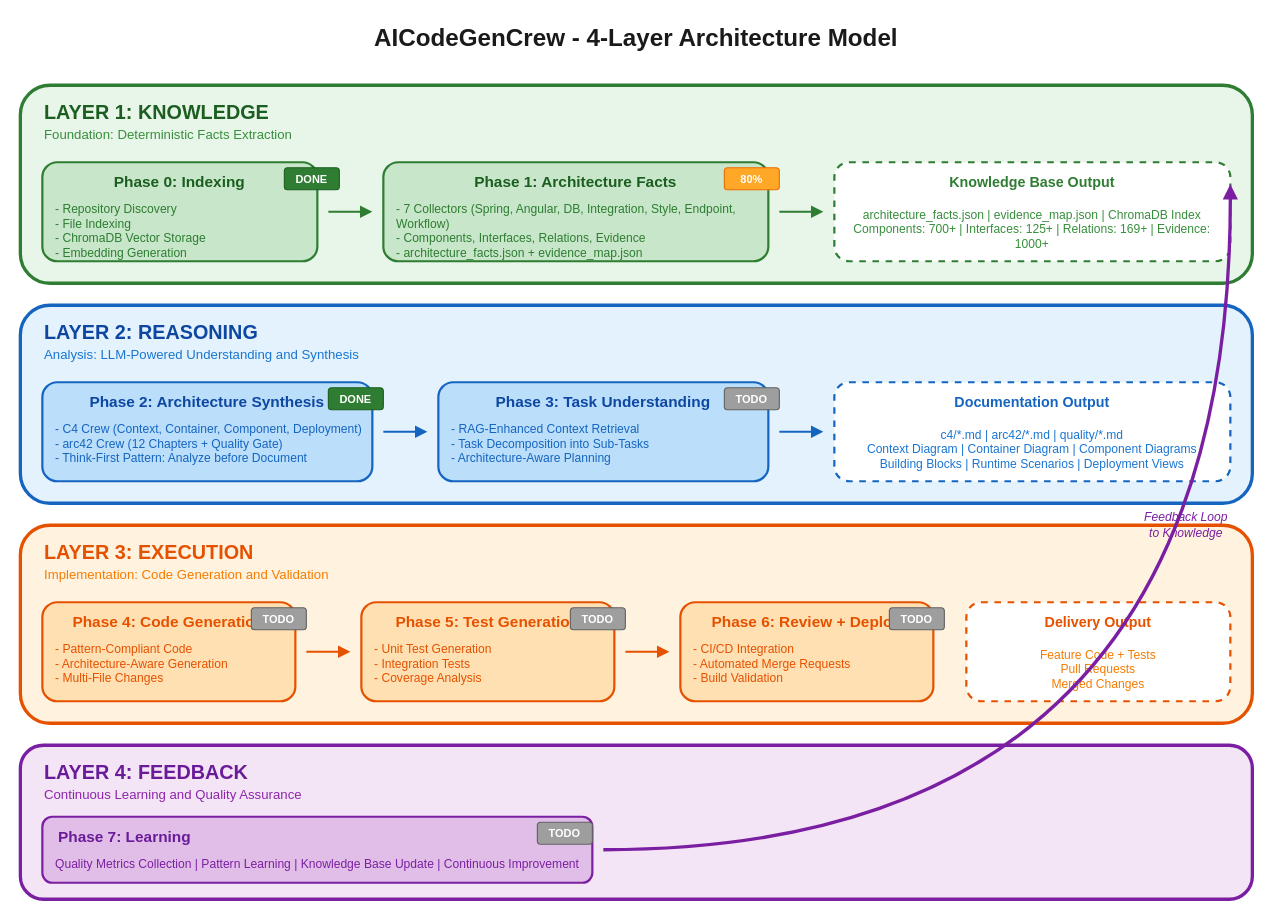
Earlier version of the draw.io diagram docs/diagrams/layer-architecture.drawio (aymenmastouri/aicodegencrew). Source tidied: cells renumbered, new cells numbered last; positions are measured from the earlier drawing's top-left corner, leaving out a move shared by most shapes. Both pictures are drawn from the tidied source at 110%, with x=0, y=0 at pixel (20, 19).
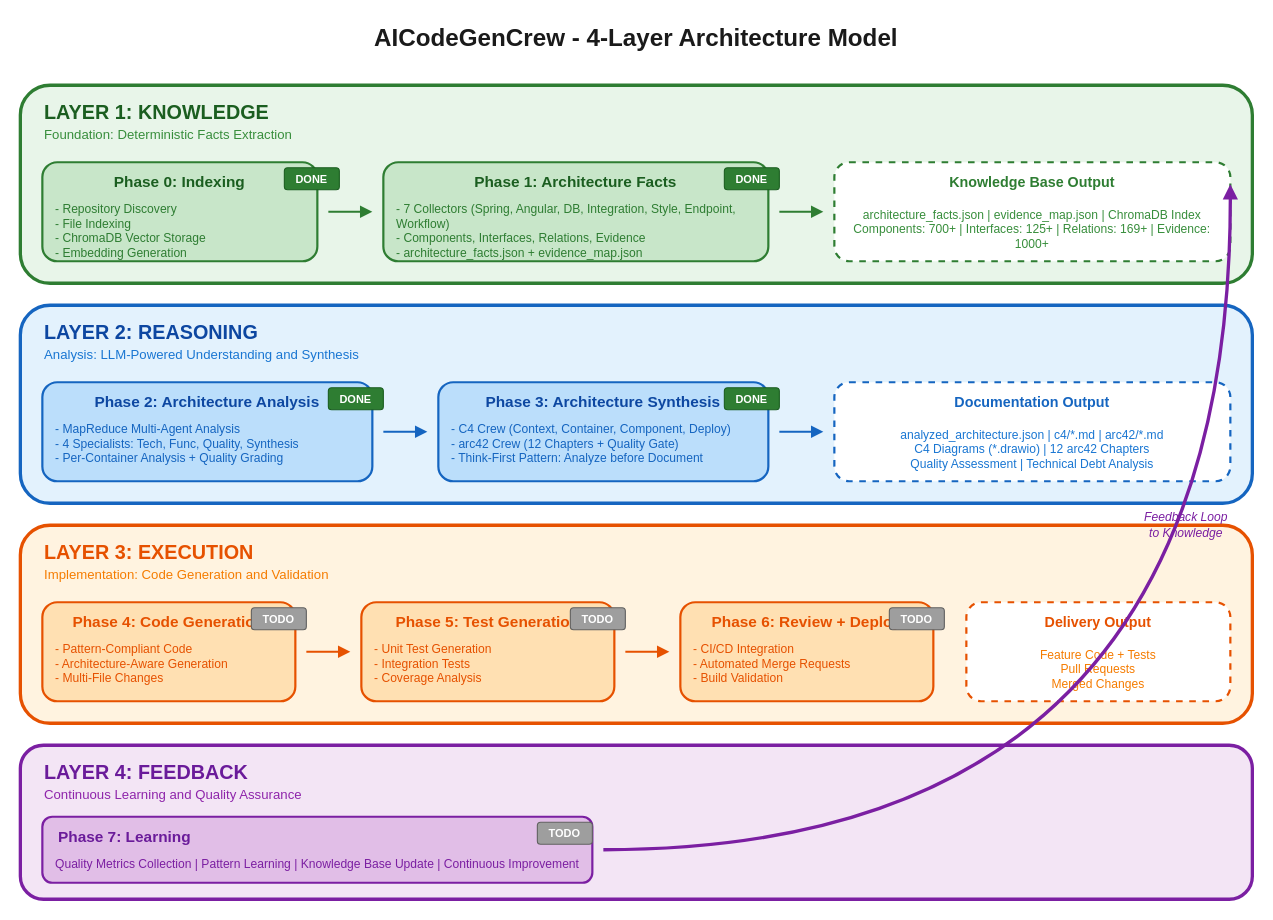
After the change.

What changed in the source:
```diff
@@
-    <mxCell id="21" value="Phase 2: Architecture Synthesis" style="text;html=1;strokeColor=none;fillColor=none;align=center;verticalAlign=middle;whiteSpace=wrap;rounded=0;fontSize=14;fontStyle=1;fontColor=#0D47A1;" parent="1" vertex="1">
+    <mxCell id="21" value="Phase 2: Architecture Analysis" style="text;html=1;strokeColor=none;fillColor=none;align=center;verticalAlign=middle;whiteSpace=wrap;rounded=0;fontSize=14;fontStyle=1;fontColor=#0D47A1;" parent="1" vertex="1">
       <mxGeometry x="20" y="335" width="300" height="25" as="geometry" />
     </mxCell>
-    <mxCell id="22" value="- C4 Crew (Context, Container, Component, Deployment)&#10;- arc42 Crew (12 Chapters + Quality Gate)&#10;- Think-First Pattern: Analyze before Document" style="text;html=1;strokeColor=none;fillColor=none;align=left;verticalAlign=top;whiteSpace=wrap;rounded=0;fontSize=11;fontColor=#1565C0;spacingLeft=10;" parent="1" vertex="1">
+    <mxCell id="22" value="- MapReduce Multi-Agent Analysis&#10;- 4 Specialists: Tech, Func, Quality, Synthesis&#10;- Per-Container Analysis + Quality Grading" style="text;html=1;strokeColor=none;fillColor=none;align=left;verticalAlign=top;whiteSpace=wrap;rounded=0;fontSize=11;fontColor=#1565C0;spacingLeft=10;" parent="1" vertex="1">
       <mxGeometry x="20" y="360" width="300" height="60" as="geometry" />
     </mxCell>
@@
-    <mxCell id="25" value="Phase 3: Task Understanding" style="text;html=1;strokeColor=none;fillColor=none;align=center;verticalAlign=middle;whiteSpace=wrap;rounded=0;fontSize=14;fontStyle=1;fontColor=#0D47A1;" parent="1" vertex="1">
+    <mxCell id="25" value="Phase 3: Architecture Synthesis" style="text;html=1;strokeColor=none;fillColor=none;align=center;verticalAlign=middle;whiteSpace=wrap;rounded=0;fontSize=14;fontStyle=1;fontColor=#0D47A1;" parent="1" vertex="1">
       <mxGeometry x="380" y="335" width="300" height="25" as="geometry" />
     </mxCell>
-    <mxCell id="26" value="- RAG-Enhanced Context Retrieval&#10;- Task Decomposition into Sub-Tasks&#10;- Architecture-Aware Planning" style="text;html=1;strokeColor=none;fillColor=none;align=left;verticalAlign=top;whiteSpace=wrap;rounded=0;fontSize=11;fontColor=#1565C0;spacingLeft=10;" parent="1" vertex="1">
+    <mxCell id="26" value="- C4 Crew (Context, Container, Component, Deploy)&#10;- arc42 Crew (12 Chapters + Quality Gate)&#10;- Think-First Pattern: Analyze before Document" style="text;html=1;strokeColor=none;fillColor=none;align=left;verticalAlign=top;whiteSpace=wrap;rounded=0;fontSize=11;fontColor=#1565C0;spacingLeft=10;" parent="1" vertex="1">
       <mxGeometry x="380" y="360" width="300" height="60" as="geometry" />
     </mxCell>
@@
-    <mxCell id="30" value="c4/*.md | arc42/*.md | quality/*.md&#10;Context Diagram | Container Diagram | Component Diagrams&#10;Building Blocks | Runtime Scenarios | Deployment Views" style="text;html=1;strokeColor=none;fillColor=none;align=center;verticalAlign=top;whiteSpace=wrap;rounded=0;fontSize=11;fontColor=#1976D2;" parent="1" vertex="1">
+    <mxCell id="30" value="analyzed_architecture.json | c4/*.md | arc42/*.md&#10;C4 Diagrams (*.drawio) | 12 arc42 Chapters&#10;Quality Assessment | Technical Debt Analysis" style="text;html=1;strokeColor=none;fillColor=none;align=center;verticalAlign=top;whiteSpace=wrap;rounded=0;fontSize=11;fontColor=#1976D2;" parent="1" vertex="1">
       <mxGeometry x="740" y="365" width="360" height="50" as="geometry" />
     </mxCell>
@@
-    <mxCell id="57" value="80%" style="rounded=1;whiteSpace=wrap;html=1;fillColor=#FFA726;strokeColor=#EF6C00;fontColor=#FFFFFF;fontSize=10;fontStyle=1;" parent="1" vertex="1">
+    <mxCell id="57" value="DONE" style="rounded=1;whiteSpace=wrap;html=1;fillColor=#2E7D32;strokeColor=#1B5E20;fontColor=#FFFFFF;fontSize=10;fontStyle=1;" parent="1" vertex="1">
       <mxGeometry x="640" y="135" width="50" height="20" as="geometry" />
     </mxCell>
@@
-    <mxCell id="59" value="TODO" style="rounded=1;whiteSpace=wrap;html=1;fillColor=#9E9E9E;strokeColor=#616161;fontColor=#FFFFFF;fontSize=10;fontStyle=1;" parent="1" vertex="1">
+    <mxCell id="59" value="DONE" style="rounded=1;whiteSpace=wrap;html=1;fillColor=#2E7D32;strokeColor=#1B5E20;fontColor=#FFFFFF;fontSize=10;fontStyle=1;" parent="1" vertex="1">
       <mxGeometry x="640" y="335" width="50" height="20" as="geometry" />
     </mxCell>
```
